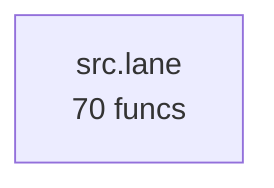
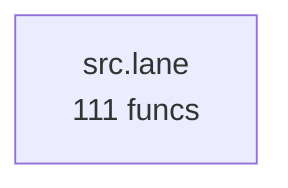
flowchart TD
%% generated in 0.00s
-     src__lane["src.lane<br/>70 funcs"]
+     src__lane["src.lane<br/>111 funcs"]
